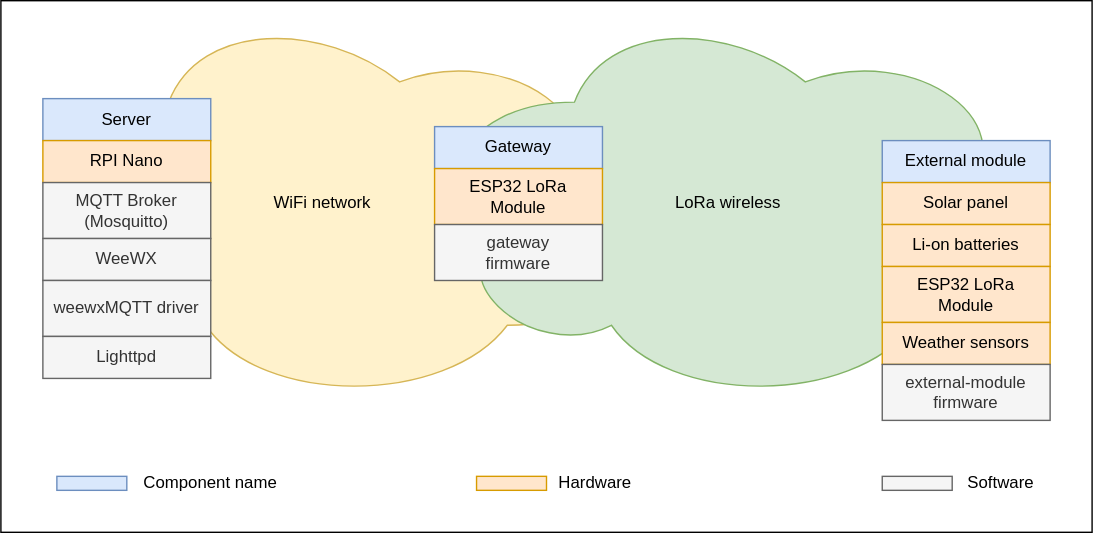
pasgabriele/lora-weather-station keeps this draw.io diagram as weather-station-architecture.svg. Above is the earlier version. Source tidied: cells renumbered, new cells last; positions are measured from the earlier drawing's top-left corner, leaving out a move shared by most shapes.
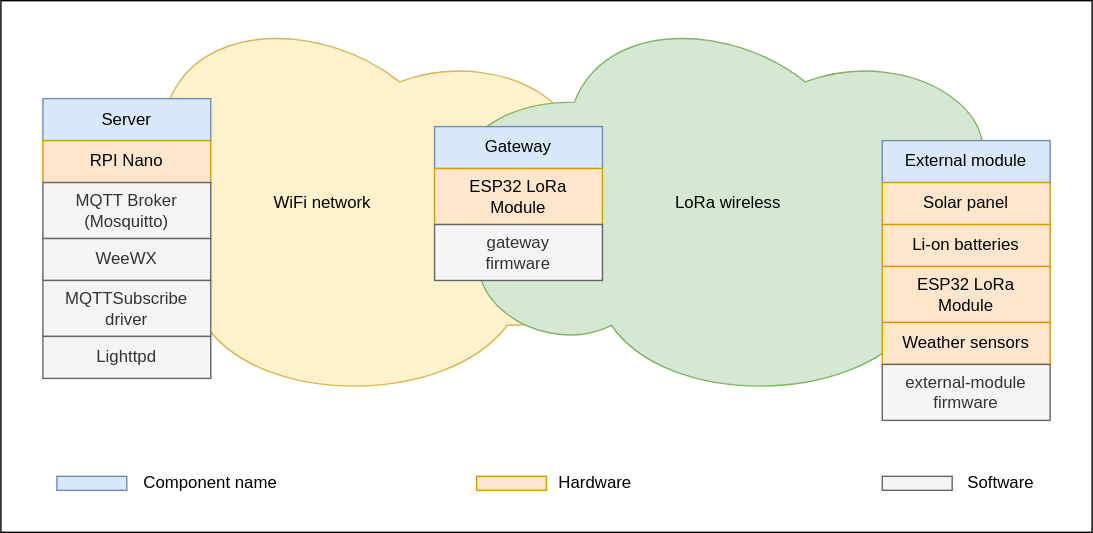
Later version of the same file.

The edit, as a diff of the source:
```diff
@@ -29,7 +29,7 @@
     <mxCell id="10" value="WeeWX" style="rounded=0;whiteSpace=wrap;html=1;fillColor=#f5f5f5;strokeColor=#666666;fontColor=#333333;" parent="1" vertex="1">
       <mxGeometry x="30" y="170" width="120" height="30" as="geometry" />
     </mxCell>
-    <mxCell id="11" value="weewxMQTT driver" style="rounded=0;whiteSpace=wrap;html=1;fillColor=#f5f5f5;strokeColor=#666666;fontColor=#333333;" parent="1" vertex="1">
+    <mxCell id="11" value="MQTTSubscribe driver" style="rounded=0;whiteSpace=wrap;html=1;fillColor=#f5f5f5;strokeColor=#666666;fontColor=#333333;" parent="1" vertex="1">
       <mxGeometry x="30" y="200" width="120" height="40" as="geometry" />
     </mxCell>
     <mxCell id="12" value="Lighttpd" style="rounded=0;whiteSpace=wrap;html=1;fillColor=#f5f5f5;strokeColor=#666666;fontColor=#333333;" parent="1" vertex="1">
```
